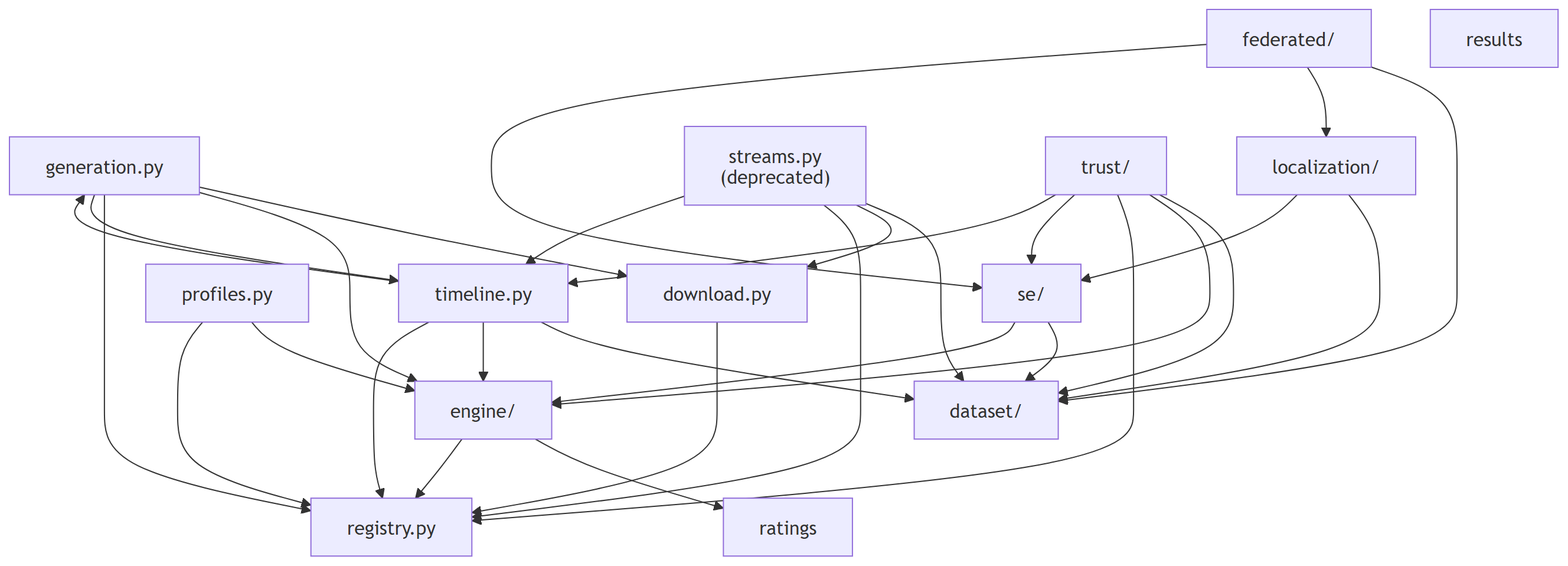
Earlier version of the Mermaid export docs/figures/diagrams/modules.png (myersben9/fdia-graph). Its source is kept beside it as docs/figures/diagrams/modules.mmd.
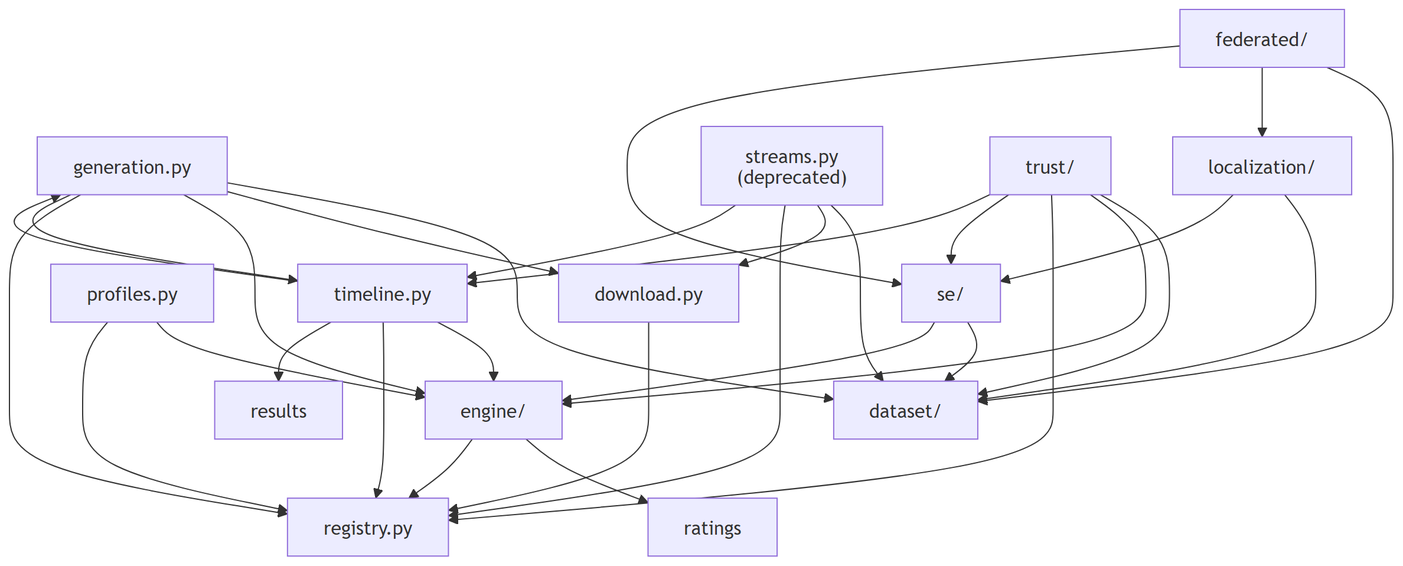
After the commit.

The edit, as a diff of the source:
```diff
@@ -19,6 +19,7 @@
     federated --> dataset
     federated --> localization
     federated --> se
+    generation --> dataset
     generation --> download
     generation --> engine
     generation --> registry
@@ -33,10 +34,10 @@
     streams --> download
     streams --> registry
     streams --> timeline
-    timeline --> dataset
     timeline --> engine
     timeline --> generation
     timeline --> registry
+    timeline --> results
     trust --> dataset
     trust --> engine
     trust --> registry
```
